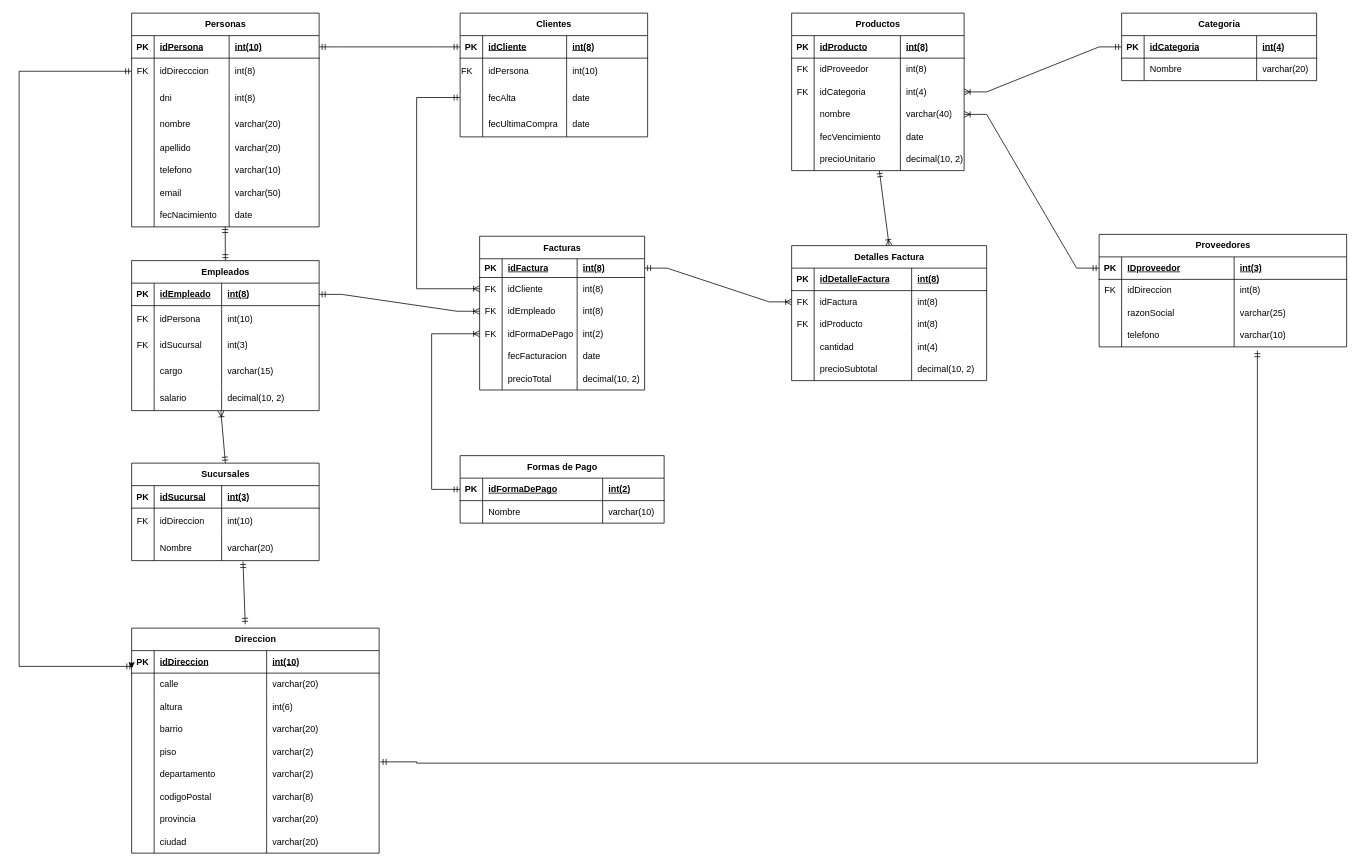
This is Diagramas/Supermercado_MR.drawio from DylanSVicharra/ABD---TP-Integrador, a draw.io file, before an edit. Source tidied: cells renumbered, new cells numbered last; positions are measured from the earlier drawing's top-left corner, leaving out a move shared by most shapes. Both pictures are drawn from the tidied source at 75%, with x=0, y=0 at pixel (19, 13).
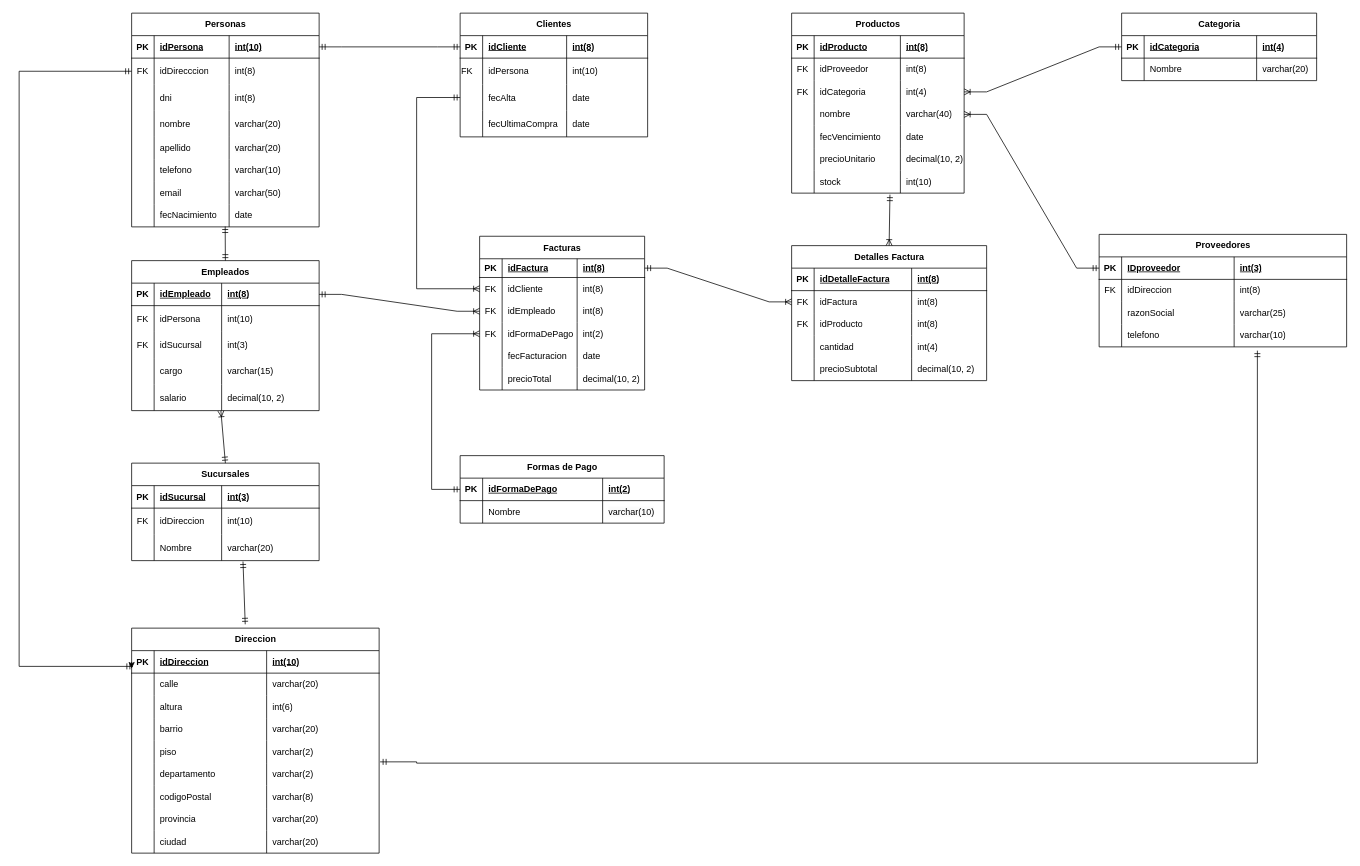
Above is the later version.

Unchanged cells that the change refers to:
```xml
<mxCell id="23" style="shape=tableRow;horizontal=0;startSize=0;swimlaneHead=0;swimlaneBody=0;fillColor=none;points=[[0,0.5],[1,0.5]];portConstraint=eastwest;top=0;left=0;right=0;bottom=0;" parent="2" vertex="1">
  <mxGeometry y="180" width="230" height="30" as="geometry" />
</mxCell>
<mxCell id="72" value="Detalles Factura" style="shape=table;startSize=30;childLayout=tableLayout;rowLines=0;fontStyle=1;align=center;html=1;" parent="1" vertex="1">
  <mxGeometry x="1030" y="310" width="260" height="180" as="geometry" />
</mxCell>
```

The edit, as a diff of the source:
```diff
@@
     <mxCell id="2" value="Productos" style="shape=table;startSize=30;childLayout=tableLayout;rowLines=0;fontStyle=1;align=center;html=1;" parent="1" vertex="1">
-      <mxGeometry x="1030" width="230" height="210" as="geometry" />
+      <mxGeometry x="1030" width="230" height="240" as="geometry" />
     </mxCell>
@@
+    <mxCell id="257" style="shape=tableRow;horizontal=0;startSize=0;swimlaneHead=0;swimlaneBody=0;fillColor=none;points=[[0,0.5],[1,0.5]];portConstraint=eastwest;top=0;left=0;right=0;bottom=0;" parent="2" vertex="1">
+      <mxGeometry y="210" width="230" height="30" as="geometry" />
+    </mxCell>
+    <mxCell id="258" style="shape=partialRectangle;fillColor=none;top=0;left=0;bottom=0;right=0;overflow=hidden;whiteSpace=wrap;html=1;" parent="257" vertex="1">
+      <mxGeometry width="30" height="30" as="geometry" />
+    </mxCell>
+    <mxCell id="259" value="stock" style="shape=partialRectangle;fillColor=none;top=0;left=0;bottom=0;right=0;align=left;spacingLeft=6;overflow=hidden;whiteSpace=wrap;html=1;" parent="257" vertex="1">
+      <mxGeometry x="30" width="115" height="30" as="geometry" />
+    </mxCell>
+    <mxCell id="260" value="int(10)" style="shape=partialRectangle;fillColor=none;top=0;left=0;bottom=0;right=0;align=left;spacingLeft=6;overflow=hidden;whiteSpace=wrap;html=1;" parent="257" vertex="1">
+      <mxGeometry x="145" width="85" height="30" as="geometry" />
+    </mxCell>
@@
-    <mxCell id="239" style="fontSize=12;html=1;endArrow=ERoneToMany;startArrow=ERmandOne;rounded=0;entryX=0.5;entryY=0;entryDx=0;entryDy=0;" parent="1" edge="1" source="23" target="72">
+    <mxCell id="239" style="fontSize=12;html=1;endArrow=ERoneToMany;startArrow=ERmandOne;rounded=0;entryX=0.5;entryY=0;entryDx=0;entryDy=0;exitX=0.57;exitY=1.067;exitDx=0;exitDy=0;exitPerimeter=0;" parent="1" edge="1" source="257" target="72">
       <mxGeometry relative="1" as="geometry" />
     </mxCell>
```
